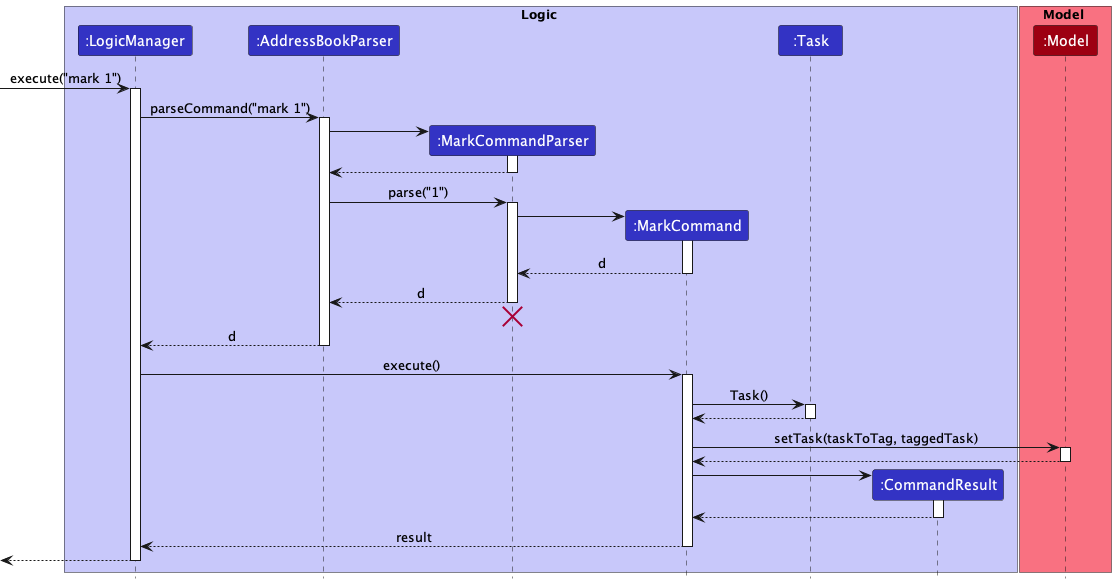
Above: docs/images/MarkSequenceDiagram.png in nus-cs2103-AY2223S1/tp (PlantUML), before the change.
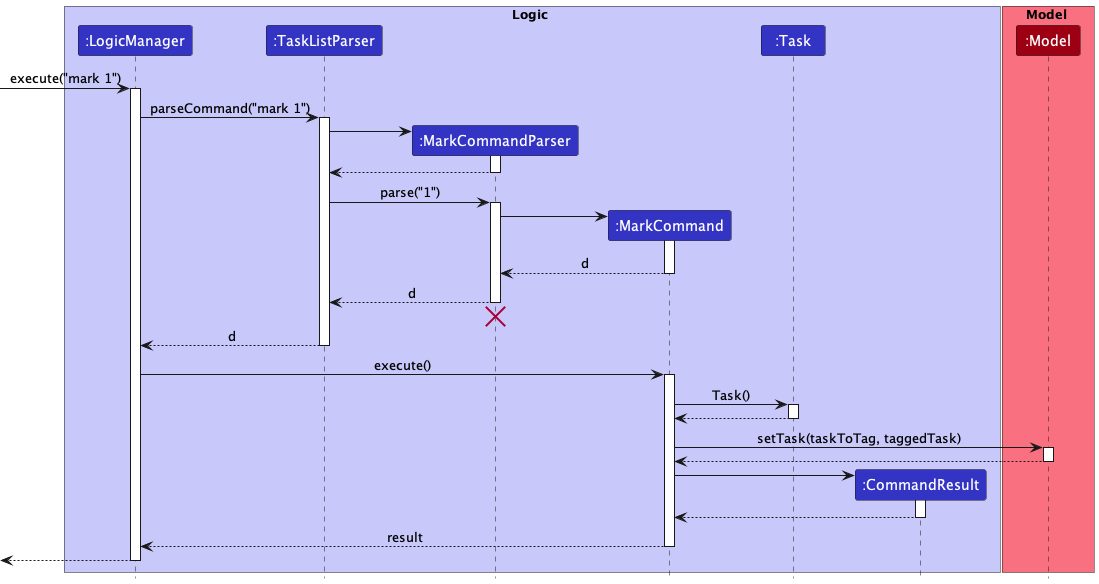
After the change.

Change to the diagram source:
```diff
@@ -3,7 +3,7 @@
 
 box Logic LOGIC_COLOR_T1
 participant ":LogicManager" as LogicManager LOGIC_COLOR
-participant ":AddressBookParser" as AddressBookParser LOGIC_COLOR
+participant ":TaskListParser" as TaskListParser LOGIC_COLOR
 participant ":MarkCommandParser" as MarkCommandParser LOGIC_COLOR
 participant ":MarkCommand" as MarkCommand LOGIC_COLOR
 participant ":Task" as Task LOGIC_COLOR
@@ -17,17 +17,17 @@
 [-> LogicManager : execute("mark 1")
 activate LogicManager
 
-LogicManager -> AddressBookParser : parseCommand("mark 1")
-activate AddressBookParser
+LogicManager -> TaskListParser : parseCommand("mark 1")
+activate TaskListParser
 
 create MarkCommandParser
-AddressBookParser -> MarkCommandParser
+TaskListParser -> MarkCommandParser
 activate MarkCommandParser
 
-MarkCommandParser --> AddressBookParser
+MarkCommandParser --> TaskListParser
 deactivate MarkCommandParser
 
-AddressBookParser -> MarkCommandParser : parse("1")
+TaskListParser -> MarkCommandParser : parse("1")
 activate MarkCommandParser
 
 create MarkCommand
@@ -37,13 +37,13 @@
 MarkCommand --> MarkCommandParser : d
 deactivate MarkCommand
 
-MarkCommandParser --> AddressBookParser : d
+MarkCommandParser --> TaskListParser : d
 deactivate MarkCommandParser
-MarkCommandParser -[hidden]-> AddressBookParser
+MarkCommandParser -[hidden]-> TaskListParser
 destroy MarkCommandParser
 
-AddressBookParser --> LogicManager : d
-deactivate AddressBookParser
+TaskListParser --> LogicManager : d
+deactivate TaskListParser
 
 LogicManager -> MarkCommand : execute()
 activate MarkCommand
```
